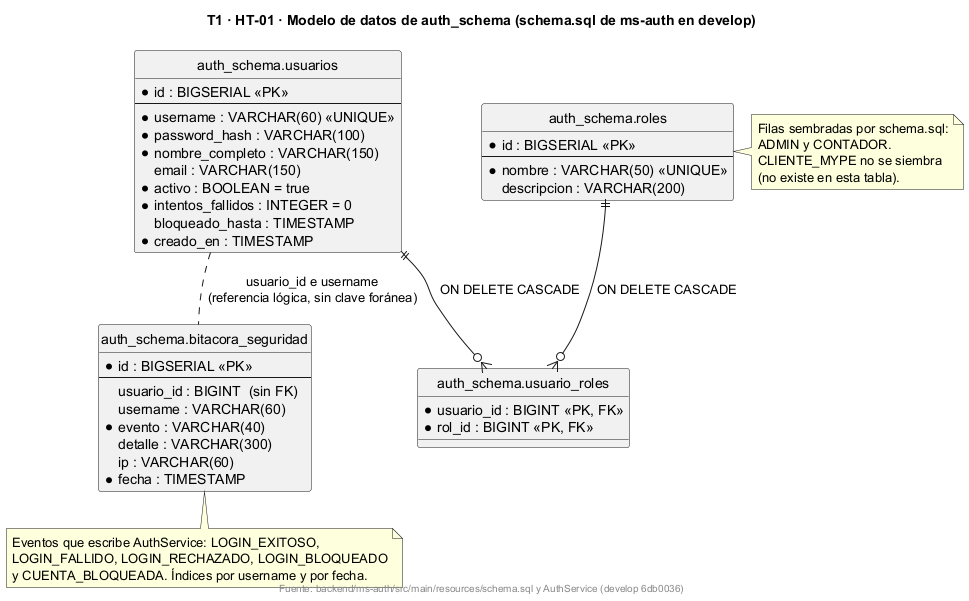
This is docs/uml/img/T1-HT01-er-auth_schema.png from fabianrodriguez33/plus-contable, a PlantUML export, as it was before one commit. Its diagram source:
```plantuml
@startuml
!pragma layout smetana
title T1 · HT-01 · Modelo de datos de auth_schema (schema.sql de ms-auth en develop)
skinparam shadowing false
hide circle
skinparam linetype ortho

entity "auth_schema.usuarios" as usuarios {
  * id : BIGSERIAL <<PK>>
  --
  * username : VARCHAR(60) <<UNIQUE>>
  * password_hash : VARCHAR(100)
  * nombre_completo : VARCHAR(150)
  email : VARCHAR(150)
  * activo : BOOLEAN = true
  * intentos_fallidos : INTEGER = 0
  bloqueado_hasta : TIMESTAMP
  * creado_en : TIMESTAMP
}

entity "auth_schema.roles" as roles {
  * id : BIGSERIAL <<PK>>
  --
  * nombre : VARCHAR(50) <<UNIQUE>>
  descripcion : VARCHAR(200)
}

entity "auth_schema.usuario_roles" as usuario_roles {
  * usuario_id : BIGINT <<PK, FK>>
  * rol_id : BIGINT <<PK, FK>>
}

entity "auth_schema.bitacora_seguridad" as bitacora {
  * id : BIGSERIAL <<PK>>
  --
  usuario_id : BIGINT  (sin FK)
  username : VARCHAR(60)
  * evento : VARCHAR(40)
  detalle : VARCHAR(300)
  ip : VARCHAR(60)
  * fecha : TIMESTAMP
}

usuarios ||--o{ usuario_roles : ON DELETE CASCADE
roles ||--o{ usuario_roles : ON DELETE CASCADE
usuarios .. bitacora : usuario_id e username\n(referencia lógica, sin clave foránea)

note right of roles
  Filas sembradas por schema.sql:
  ADMIN y CONTADOR.
  CLIENTE_MYPE no se siembra
  (no existe en esta tabla).
end note

note bottom of bitacora
  Eventos que escribe AuthService: LOGIN_EXITOSO,
  LOGIN_FALLIDO, LOGIN_RECHAZADO, LOGIN_BLOQUEADO
  y CUENTA_BLOQUEADA. Índices por username y por fecha.
end note

footer Fuente: backend/ms-auth/src/main/resources/schema.sql y AuthService (develop 6db0036)
@enduml
```
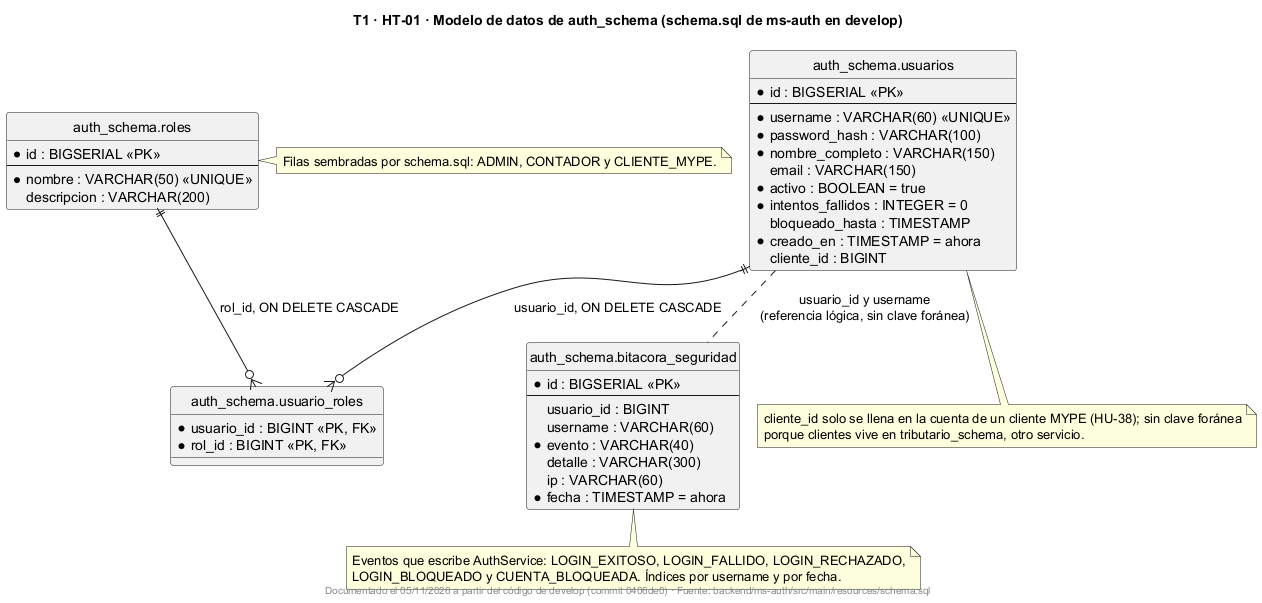
The same file after the commit.

Commit message:
UML: HT-01 y HT-03 documentados a partir del codigo de develop (0406de0)

Change to the diagram source:
```diff
@@ -3,7 +3,13 @@
 title T1 · HT-01 · Modelo de datos de auth_schema (schema.sql de ms-auth en develop)
 skinparam shadowing false
 hide circle
-skinparam linetype ortho
+
+entity "auth_schema.roles" as roles {
+  * id : BIGSERIAL <<PK>>
+  --
+  * nombre : VARCHAR(50) <<UNIQUE>>
+    descripcion : VARCHAR(200)
+}
 
 entity "auth_schema.usuarios" as usuarios {
   * id : BIGSERIAL <<PK>>
@@ -11,18 +17,12 @@
   * username : VARCHAR(60) <<UNIQUE>>
   * password_hash : VARCHAR(100)
   * nombre_completo : VARCHAR(150)
-  email : VARCHAR(150)
+    email : VARCHAR(150)
   * activo : BOOLEAN = true
   * intentos_fallidos : INTEGER = 0
-  bloqueado_hasta : TIMESTAMP
-  * creado_en : TIMESTAMP
-}
-
-entity "auth_schema.roles" as roles {
-  * id : BIGSERIAL <<PK>>
-  --
-  * nombre : VARCHAR(50) <<UNIQUE>>
-  descripcion : VARCHAR(200)
+    bloqueado_hasta : TIMESTAMP
+  * creado_en : TIMESTAMP = ahora
+    cliente_id : BIGINT
 }
 
 entity "auth_schema.usuario_roles" as usuario_roles {
@@ -30,33 +30,34 @@
   * rol_id : BIGINT <<PK, FK>>
 }
 
-entity "auth_schema.bitacora_seguridad" as bitacora {
+entity "auth_schema.bitacora_seguridad" as bitacora_seguridad {
   * id : BIGSERIAL <<PK>>
   --
-  usuario_id : BIGINT  (sin FK)
-  username : VARCHAR(60)
+    usuario_id : BIGINT
+    username : VARCHAR(60)
   * evento : VARCHAR(40)
-  detalle : VARCHAR(300)
-  ip : VARCHAR(60)
-  * fecha : TIMESTAMP
+    detalle : VARCHAR(300)
+    ip : VARCHAR(60)
+  * fecha : TIMESTAMP = ahora
 }
 
-usuarios ||--o{ usuario_roles : ON DELETE CASCADE
-roles ||--o{ usuario_roles : ON DELETE CASCADE
-usuarios .. bitacora : usuario_id e username\n(referencia lógica, sin clave foránea)
+usuarios ||--o{ usuario_roles : usuario_id, ON DELETE CASCADE
+roles ||--o{ usuario_roles : rol_id, ON DELETE CASCADE
+usuarios .. bitacora_seguridad : usuario_id y username\n(referencia lógica, sin clave foránea)
 
 note right of roles
-  Filas sembradas por schema.sql:
-  ADMIN y CONTADOR.
-  CLIENTE_MYPE no se siembra
-  (no existe en esta tabla).
+  Filas sembradas por schema.sql: ADMIN, CONTADOR y CLIENTE_MYPE.
 end note
 
-note bottom of bitacora
-  Eventos que escribe AuthService: LOGIN_EXITOSO,
-  LOGIN_FALLIDO, LOGIN_RECHAZADO, LOGIN_BLOQUEADO
-  y CUENTA_BLOQUEADA. Índices por username y por fecha.
+note bottom of usuarios
+  cliente_id solo se llena en la cuenta de un cliente MYPE (HU-38); sin clave foránea
+  porque clientes vive en tributario_schema, otro servicio.
 end note
 
-footer Fuente: backend/ms-auth/src/main/resources/schema.sql y AuthService (develop 6db0036)
+note bottom of bitacora_seguridad
+  Eventos que escribe AuthService: LOGIN_EXITOSO, LOGIN_FALLIDO, LOGIN_RECHAZADO,
+  LOGIN_BLOQUEADO y CUENTA_BLOQUEADA. Índices por username y por fecha.
+end note
+
+footer Documentado el 05/11/2026 a partir del código de develop (commit 0406de0) · Fuente: backend/ms-auth/src/main/resources/schema.sql
 @enduml
```
